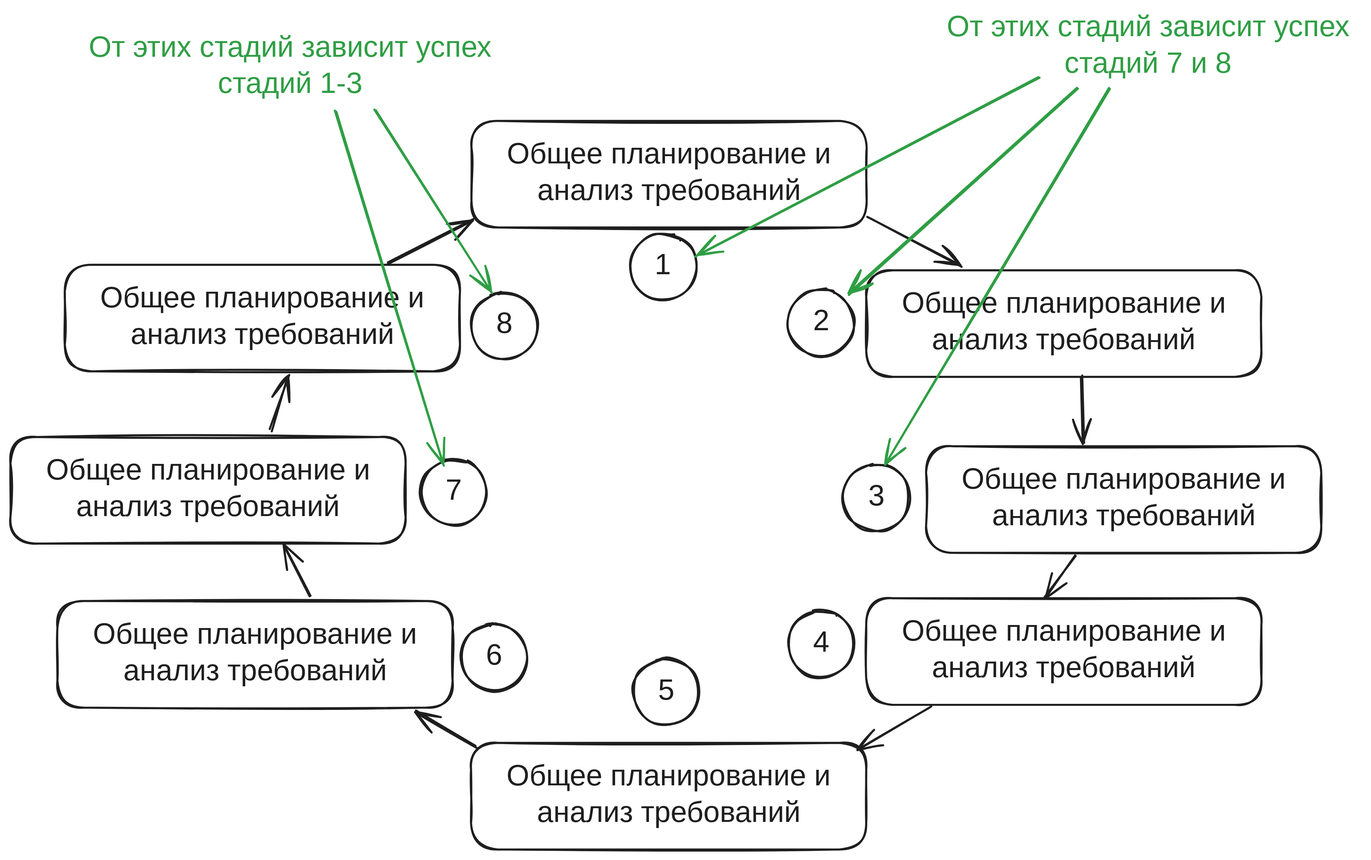
Before: docs/assets/attachments/testing-life-cycle.excalidraw.svg, a diagram exported from Excalidraw (dypolyakov/knowledgebase). Source tidied: one line per element, renumbered; positions are measured from the earlier drawing's top-left corner, leaving out a move shared by most shapes.
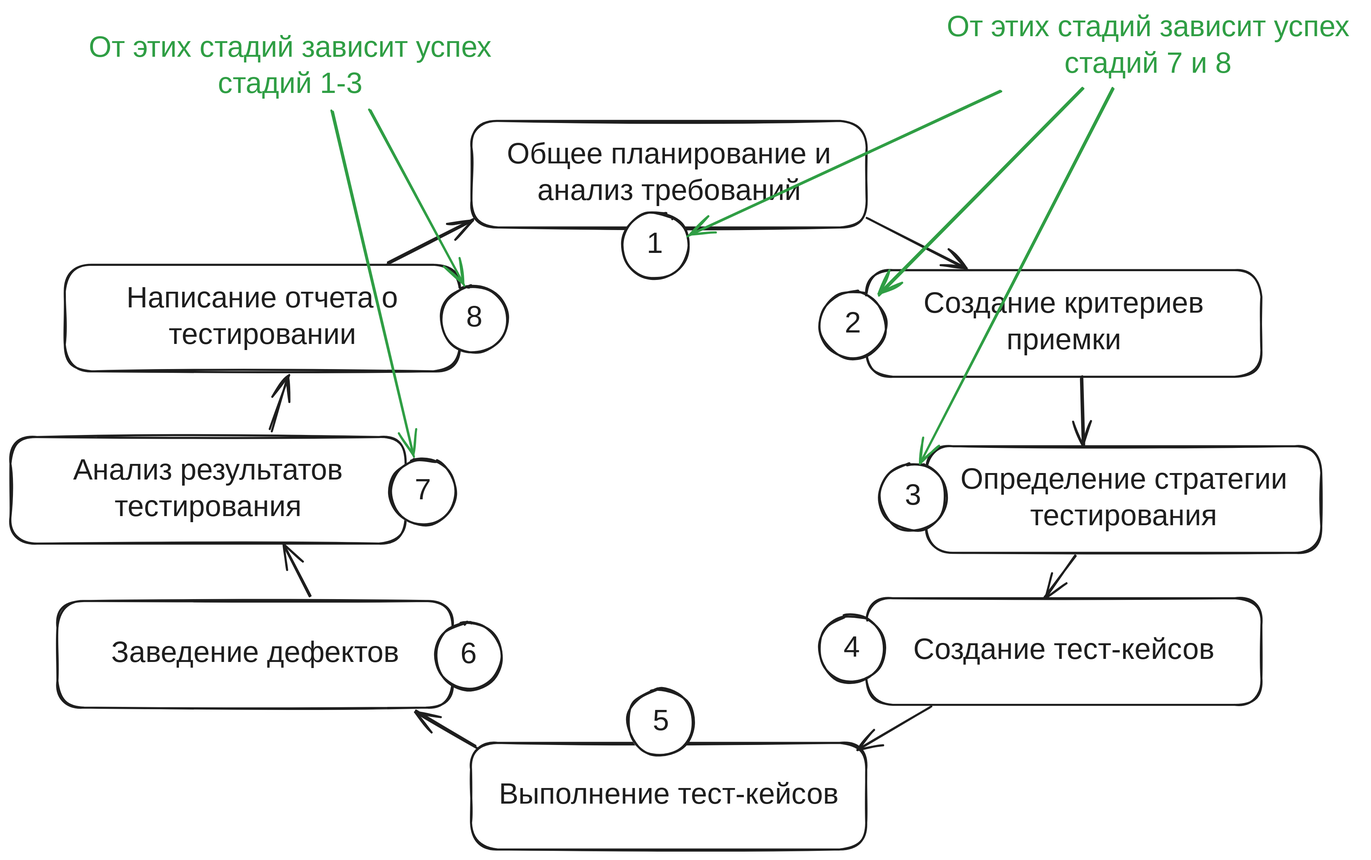
After the commit.

Commit message:
Исправлена ошибка в изображении жизненного цикла тестирования

The edit, as a diff of the source:
```diff
@@ -1,47 +1,47 @@
 {"id": 0, "type": "rectangle", "strokeColor": "#1e1e1e", "strokeWidth": 2, "roughness": 1, "round": true, "x": 441, "y": 106, "width": 378, "height": 102}
 {"id": 1, "type": "text", "text": "Общее планирование и\nанализ требований", "strokeColor": "#1e1e1e", "strokeWidth": 2, "roughness": 1, "fontSize": 28, "fontFamily": 5, "textAlign": "center", "verticalAlign": "middle", "inside": 0, "x": 477, "y": 122, "width": 308, "height": 70}
 {"id": 2, "type": "rectangle", "strokeColor": "#1e1e1e", "strokeWidth": 2, "roughness": 1, "round": true, "x": 819, "y": 249, "width": 378, "height": 102}
-{"id": 3, "type": "text", "text": "Общее планирование и\nанализ требований", "strokeColor": "#1e1e1e", "strokeWidth": 2, "roughness": 1, "fontSize": 28, "fontFamily": 5, "textAlign": "center", "verticalAlign": "middle", "inside": 2, "x": 855, "y": 265, "width": 308, "height": 70}
+{"id": 3, "type": "text", "text": "Создание критериев\nприемки", "strokeColor": "#1e1e1e", "strokeWidth": 2, "roughness": 1, "fontSize": 28, "fontFamily": 5, "textAlign": "center", "verticalAlign": "middle", "inside": 2, "x": 874, "y": 265, "width": 268, "height": 70}
 {"id": 4, "type": "rectangle", "strokeColor": "#1e1e1e", "strokeWidth": 2, "roughness": 1, "round": true, "x": 877, "y": 417, "width": 378, "height": 102}
-{"id": 5, "type": "text", "text": "Общее планирование и\nанализ требований", "strokeColor": "#1e1e1e", "strokeWidth": 2, "roughness": 1, "fontSize": 28, "fontFamily": 5, "textAlign": "center", "verticalAlign": "middle", "inside": 4, "x": 912, "y": 433, "width": 308, "height": 70}
+{"id": 5, "type": "text", "text": "Определение стратегии\nтестирования", "strokeColor": "#1e1e1e", "strokeWidth": 2, "roughness": 1, "fontSize": 28, "fontFamily": 5, "textAlign": "center", "verticalAlign": "middle", "inside": 4, "x": 910, "y": 433, "width": 312, "height": 70}
 {"id": 6, "type": "rectangle", "strokeColor": "#1e1e1e", "strokeWidth": 2, "roughness": 1, "round": true, "x": 819, "y": 563, "width": 378, "height": 102}
-{"id": 7, "type": "text", "text": "Общее планирование и\nанализ требований", "strokeColor": "#1e1e1e", "strokeWidth": 2, "roughness": 1, "fontSize": 28, "fontFamily": 5, "textAlign": "center", "verticalAlign": "middle", "inside": 6, "x": 855, "y": 579, "width": 308, "height": 70}
+{"id": 7, "type": "text", "text": "Создание тест-кейсов", "strokeColor": "#1e1e1e", "strokeWidth": 2, "roughness": 1, "fontSize": 28, "fontFamily": 5, "textAlign": "center", "verticalAlign": "middle", "inside": 6, "x": 862, "y": 596, "width": 293, "height": 35}
 {"id": 8, "type": "rectangle", "strokeColor": "#1e1e1e", "strokeWidth": 2, "roughness": 1, "round": true, "x": 441, "y": 701, "width": 378, "height": 102}
-{"id": 9, "type": "text", "text": "Общее планирование и\nанализ требований", "strokeColor": "#1e1e1e", "strokeWidth": 2, "roughness": 1, "fontSize": 28, "fontFamily": 5, "textAlign": "center", "verticalAlign": "middle", "inside": 8, "x": 476, "y": 717, "width": 308, "height": 70}
+{"id": 9, "type": "text", "text": "Выполнение тест-кейсов", "strokeColor": "#1e1e1e", "strokeWidth": 2, "roughness": 1, "fontSize": 28, "fontFamily": 5, "textAlign": "center", "verticalAlign": "middle", "inside": 8, "x": 464, "y": 735, "width": 332, "height": 35}
 {"id": 10, "type": "rectangle", "strokeColor": "#1e1e1e", "strokeWidth": 2, "roughness": 1, "round": true, "x": 45, "y": 565, "width": 378, "height": 102}
-{"id": 11, "type": "text", "text": "Общее планирование и\nанализ требований", "strokeColor": "#1e1e1e", "strokeWidth": 2, "roughness": 1, "fontSize": 28, "fontFamily": 5, "textAlign": "center", "verticalAlign": "middle", "inside": 10, "x": 80, "y": 581, "width": 308, "height": 70}
+{"id": 11, "type": "text", "text": "Заведение дефектов", "strokeColor": "#1e1e1e", "strokeWidth": 2, "roughness": 1, "fontSize": 28, "fontFamily": 5, "textAlign": "center", "verticalAlign": "middle", "inside": 10, "x": 98, "y": 599, "width": 272, "height": 35}
 {"id": 12, "type": "rectangle", "strokeColor": "#1e1e1e", "strokeWidth": 2, "roughness": 1, "round": true, "x": 0, "y": 408, "width": 378, "height": 102}
-{"id": 13, "type": "text", "text": "Общее планирование и\nанализ требований", "strokeColor": "#1e1e1e", "strokeWidth": 2, "roughness": 1, "fontSize": 28, "fontFamily": 5, "textAlign": "center", "verticalAlign": "middle", "inside": 12, "x": 35, "y": 424, "width": 308, "height": 70}
+{"id": 13, "type": "text", "text": "Анализ результатов\nтестирования", "strokeColor": "#1e1e1e", "strokeWidth": 2, "roughness": 1, "fontSize": 28, "fontFamily": 5, "textAlign": "center", "verticalAlign": "middle", "inside": 12, "x": 55, "y": 424, "width": 268, "height": 70}
 {"id": 14, "type": "rectangle", "strokeColor": "#1e1e1e", "strokeWidth": 2, "roughness": 1, "round": true, "x": 52, "y": 243, "width": 378, "height": 102}
-{"id": 15, "type": "text", "text": "Общее планирование и\nанализ требований", "strokeColor": "#1e1e1e", "strokeWidth": 2, "roughness": 1, "fontSize": 28, "fontFamily": 5, "textAlign": "center", "verticalAlign": "middle", "inside": 14, "x": 87, "y": 259, "width": 308, "height": 70}
+{"id": 15, "type": "text", "text": "Написание отчета о\nтестировании", "strokeColor": "#1e1e1e", "strokeWidth": 2, "roughness": 1, "fontSize": 28, "fontFamily": 5, "textAlign": "center", "verticalAlign": "middle", "inside": 14, "x": 109, "y": 259, "width": 265, "height": 70}
 {"id": 16, "type": "arrow", "strokeColor": "#1e1e1e", "strokeWidth": 2, "roughness": 1, "endArrowhead": "arrow", "round": true, "from": 14, "to": 0, "x": 362, "y": 242, "width": 80, "height": 41, "points": [[0, 0], [80, -41]]}
-{"id": 17, "type": "arrow", "strokeColor": "#1e1e1e", "strokeWidth": 2, "roughness": 1, "endArrowhead": "arrow", "round": true, "from": 0, "to": 2, "x": 822, "y": 198, "width": 89, "height": 47, "points": [[0, 0], [89, 47]]}
+{"id": 17, "type": "arrow", "strokeColor": "#1e1e1e", "strokeWidth": 2, "roughness": 1, "endArrowhead": "arrow", "round": true, "from": 0, "to": 2, "x": 821, "y": 199, "width": 96, "height": 49, "points": [[0, 0], [96, 49]]}
-{"id": 18, "type": "arrow", "strokeColor": "#1e1e1e", "strokeWidth": 2, "roughness": 1, "endArrowhead": "arrow", "round": true, "from": 2, "to": 4, "x": 1026, "y": 350, "width": 3, "height": 64, "points": [[0, 0], [3, 64]]}
+{"id": 18, "type": "arrow", "strokeColor": "#1e1e1e", "strokeWidth": 2, "roughness": 1, "endArrowhead": "arrow", "round": true, "from": 2, "to": 4, "x": 1026, "y": 351, "width": 3, "height": 66, "points": [[0, 0], [3, 66]]}
 {"id": 19, "type": "arrow", "strokeColor": "#1e1e1e", "strokeWidth": 2, "roughness": 1, "endArrowhead": "arrow", "round": true, "from": 4, "to": 6, "x": 1020, "y": 522, "width": 29, "height": 40, "points": [[0, 0], [-29, 40]]}
 {"id": 20, "type": "arrow", "strokeColor": "#1e1e1e", "strokeWidth": 2, "roughness": 1, "endArrowhead": "arrow", "round": true, "from": 6, "to": 8, "x": 881, "y": 668, "width": 69, "height": 41, "points": [[0, 0], [-69, 41]]}
 {"id": 21, "type": "arrow", "strokeColor": "#1e1e1e", "strokeWidth": 2, "roughness": 1, "endArrowhead": "arrow", "round": true, "from": 8, "to": 10, "x": 446, "y": 705, "width": 58, "height": 34, "points": [[0, 0], [-58, -34]]}
 {"id": 22, "type": "arrow", "strokeColor": "#1e1e1e", "strokeWidth": 2, "roughness": 1, "endArrowhead": "arrow", "round": true, "from": 10, "to": 12, "x": 287, "y": 561, "width": 26, "height": 49, "points": [[0, 0], [-26, -49]]}
 {"id": 23, "type": "arrow", "strokeColor": "#1e1e1e", "strokeWidth": 2, "roughness": 1, "endArrowhead": "arrow", "round": true, "from": 12, "to": 14, "x": 249, "y": 401, "width": 19, "height": 51, "points": [[0, 0], [19, -51]]}
-{"id": 24, "type": "ellipse", "strokeColor": "#1e1e1e", "strokeWidth": 2, "roughness": 1, "round": true, "x": 593, "y": 213, "width": 63, "height": 64}
+{"id": 24, "type": "ellipse", "strokeColor": "#1e1e1e", "backgroundColor": "#ffffff", "fillStyle": "solid", "strokeWidth": 2, "roughness": 1, "round": true, "x": 585, "y": 193, "width": 63, "height": 64}
-{"id": 25, "type": "text", "text": "1", "strokeColor": "#1e1e1e", "strokeWidth": 2, "roughness": 1, "fontSize": 28, "fontFamily": 5, "textAlign": "center", "verticalAlign": "middle", "inside": 24, "x": 619, "y": 228, "width": 12, "height": 35}
+{"id": 25, "type": "text", "text": "1", "strokeColor": "#1e1e1e", "strokeWidth": 2, "roughness": 1, "fontSize": 28, "fontFamily": 5, "textAlign": "center", "verticalAlign": "middle", "inside": 24, "x": 611, "y": 207, "width": 12, "height": 35}
-{"id": 26, "type": "ellipse", "strokeColor": "#1e1e1e", "strokeWidth": 2, "roughness": 1, "round": true, "x": 744, "y": 267, "width": 63, "height": 64}
+{"id": 26, "type": "ellipse", "strokeColor": "#1e1e1e", "backgroundColor": "#ffffff", "fillStyle": "solid", "strokeWidth": 2, "roughness": 1, "round": true, "x": 775, "y": 269, "width": 63, "height": 64}
-{"id": 27, "type": "text", "text": "2", "strokeColor": "#1e1e1e", "strokeWidth": 2, "roughness": 1, "fontSize": 28, "fontFamily": 5, "textAlign": "center", "verticalAlign": "middle", "inside": 26, "x": 766, "y": 281, "width": 20, "height": 35}
+{"id": 27, "type": "text", "text": "2", "strokeColor": "#1e1e1e", "strokeWidth": 2, "roughness": 1, "fontSize": 28, "fontFamily": 5, "textAlign": "center", "verticalAlign": "middle", "inside": 26, "x": 797, "y": 283, "width": 20, "height": 35}
-{"id": 28, "type": "ellipse", "strokeColor": "#1e1e1e", "strokeWidth": 2, "roughness": 1, "round": true, "x": 797, "y": 435, "width": 63, "height": 64}
+{"id": 28, "type": "ellipse", "strokeColor": "#1e1e1e", "backgroundColor": "#ffffff", "fillStyle": "solid", "strokeWidth": 2, "roughness": 1, "round": true, "x": 832, "y": 434, "width": 63, "height": 64}
-{"id": 29, "type": "text", "text": "3", "strokeColor": "#1e1e1e", "strokeWidth": 2, "roughness": 1, "fontSize": 28, "fontFamily": 5, "textAlign": "center", "verticalAlign": "middle", "inside": 28, "x": 821, "y": 449, "width": 17, "height": 35}
+{"id": 29, "type": "text", "text": "3", "strokeColor": "#1e1e1e", "strokeWidth": 2, "roughness": 1, "fontSize": 28, "fontFamily": 5, "textAlign": "center", "verticalAlign": "middle", "inside": 28, "x": 856, "y": 448, "width": 17, "height": 35}
-{"id": 30, "type": "ellipse", "strokeColor": "#1e1e1e", "strokeWidth": 2, "roughness": 1, "round": true, "x": 744, "y": 575, "width": 63, "height": 64}
+{"id": 30, "type": "ellipse", "strokeColor": "#1e1e1e", "backgroundColor": "#ffffff", "fillStyle": "solid", "strokeWidth": 2, "roughness": 1, "round": true, "x": 774, "y": 579, "width": 63, "height": 64}
-{"id": 31, "type": "text", "text": "4", "strokeColor": "#1e1e1e", "strokeWidth": 2, "roughness": 1, "fontSize": 28, "fontFamily": 5, "textAlign": "center", "verticalAlign": "middle", "inside": 30, "x": 768, "y": 589, "width": 16, "height": 35}
+{"id": 31, "type": "text", "text": "4", "strokeColor": "#1e1e1e", "strokeWidth": 2, "roughness": 1, "fontSize": 28, "fontFamily": 5, "textAlign": "center", "verticalAlign": "middle", "inside": 30, "x": 797, "y": 594, "width": 16, "height": 35}
-{"id": 32, "type": "ellipse", "strokeColor": "#1e1e1e", "strokeWidth": 2, "roughness": 1, "round": true, "x": 596, "y": 621, "width": 63, "height": 64}
+{"id": 32, "type": "ellipse", "strokeColor": "#1e1e1e", "backgroundColor": "#ffffff", "fillStyle": "solid", "strokeWidth": 2, "roughness": 1, "round": true, "x": 591, "y": 650, "width": 63, "height": 64}
-{"id": 33, "type": "text", "text": "5", "strokeColor": "#1e1e1e", "strokeWidth": 2, "roughness": 1, "fontSize": 28, "fontFamily": 5, "textAlign": "center", "verticalAlign": "middle", "inside": 32, "x": 619, "y": 635, "width": 17, "height": 35}
+{"id": 33, "type": "text", "text": "5", "strokeColor": "#1e1e1e", "strokeWidth": 2, "roughness": 1, "fontSize": 28, "fontFamily": 5, "textAlign": "center", "verticalAlign": "middle", "inside": 32, "x": 614, "y": 664, "width": 17, "height": 35}
-{"id": 34, "type": "ellipse", "strokeColor": "#1e1e1e", "strokeWidth": 2, "roughness": 1, "round": true, "x": 431, "y": 587, "width": 63, "height": 64}
+{"id": 34, "type": "ellipse", "strokeColor": "#1e1e1e", "backgroundColor": "#ffffff", "fillStyle": "solid", "strokeWidth": 2, "roughness": 1, "round": true, "x": 407, "y": 586, "width": 63, "height": 64}
-{"id": 35, "type": "text", "text": "6", "strokeColor": "#1e1e1e", "strokeWidth": 2, "roughness": 1, "fontSize": 28, "fontFamily": 5, "textAlign": "center", "verticalAlign": "middle", "inside": 34, "x": 454, "y": 601, "width": 18, "height": 35}
+{"id": 35, "type": "text", "text": "6", "strokeColor": "#1e1e1e", "strokeWidth": 2, "roughness": 1, "fontSize": 28, "fontFamily": 5, "textAlign": "center", "verticalAlign": "middle", "inside": 34, "x": 430, "y": 600, "width": 18, "height": 35}
-{"id": 36, "type": "ellipse", "strokeColor": "#1e1e1e", "strokeWidth": 2, "roughness": 1, "round": true, "x": 392, "y": 429, "width": 63, "height": 64}
+{"id": 36, "type": "ellipse", "strokeColor": "#1e1e1e", "backgroundColor": "#ffffff", "fillStyle": "solid", "strokeWidth": 2, "roughness": 1, "round": true, "x": 363, "y": 429, "width": 63, "height": 64}
-{"id": 37, "type": "text", "text": "7", "strokeColor": "#1e1e1e", "strokeWidth": 2, "roughness": 1, "fontSize": 28, "fontFamily": 5, "textAlign": "center", "verticalAlign": "middle", "inside": 36, "x": 416, "y": 444, "width": 16, "height": 35}
+{"id": 37, "type": "text", "text": "7", "strokeColor": "#1e1e1e", "strokeWidth": 2, "roughness": 1, "fontSize": 28, "fontFamily": 5, "textAlign": "center", "verticalAlign": "middle", "inside": 36, "x": 387, "y": 443, "width": 16, "height": 35}
-{"id": 38, "type": "ellipse", "strokeColor": "#1e1e1e", "strokeWidth": 2, "roughness": 1, "round": true, "x": 441, "y": 270, "width": 63, "height": 64}
+{"id": 38, "type": "ellipse", "strokeColor": "#1e1e1e", "backgroundColor": "#ffffff", "fillStyle": "solid", "strokeWidth": 2, "roughness": 1, "round": true, "x": 412, "y": 263, "width": 63, "height": 64}
-{"id": 39, "type": "text", "text": "8", "strokeColor": "#1e1e1e", "strokeWidth": 2, "roughness": 1, "fontSize": 28, "fontFamily": 5, "textAlign": "center", "verticalAlign": "middle", "inside": 38, "x": 464, "y": 284, "width": 18, "height": 35}
+{"id": 39, "type": "text", "text": "8", "strokeColor": "#1e1e1e", "strokeWidth": 2, "roughness": 1, "fontSize": 28, "fontFamily": 5, "textAlign": "center", "verticalAlign": "middle", "inside": 38, "x": 435, "y": 278, "width": 18, "height": 35}
-{"id": 40, "type": "arrow", "strokeColor": "#2f9e44", "strokeWidth": 2, "roughness": 1, "endArrowhead": "arrow", "round": true, "from": 43, "to": 24, "x": 985, "y": 63, "width": 329, "height": 171, "points": [[0, 0], [-329, 171]]}
+{"id": 40, "type": "arrow", "strokeColor": "#2f9e44", "strokeWidth": 2, "roughness": 1, "endArrowhead": "arrow", "round": true, "from": 43, "to": 24, "x": 948, "y": 77, "width": 299, "height": 139, "points": [[0, 0], [-299, 139]]}
-{"id": 41, "type": "arrow", "strokeColor": "#2f9e44", "strokeWidth": 2, "roughness": 1, "endArrowhead": "arrow", "round": true, "from": 43, "to": 26, "x": 1021, "y": 74, "width": 219, "height": 197, "points": [[0, 0], [-219, 197]]}
+{"id": 41, "type": "arrow", "strokeColor": "#2f9e44", "strokeWidth": 2, "roughness": 1, "endArrowhead": "arrow", "round": true, "from": 43, "to": 26, "x": 1026, "y": 74, "width": 196, "height": 198, "points": [[0, 0], [-196, 198]]}
-{"id": 42, "type": "arrow", "strokeColor": "#2f9e44", "strokeWidth": 2, "roughness": 1, "endArrowhead": "arrow", "round": true, "from": 43, "to": 28, "x": 1052, "y": 75, "width": 214, "height": 360, "points": [[0, 0], [-214, 360]]}
+{"id": 42, "type": "arrow", "strokeColor": "#2f9e44", "strokeWidth": 2, "roughness": 1, "endArrowhead": "arrow", "round": true, "from": 43, "to": 28, "x": 1055, "y": 75, "width": 184, "height": 359, "points": [[0, 0], [-184, 359]]}
 {"id": 43, "type": "text", "text": "От этих стадий зависит успех\nстадий 7 и 8", "strokeColor": "#2f9e44", "strokeWidth": 2, "roughness": 1, "fontSize": 28, "fontFamily": 5, "textAlign": "center", "x": 886, "y": 0, "width": 407, "height": 70}
-{"id": 44, "type": "arrow", "strokeColor": "#2f9e44", "strokeWidth": 2, "roughness": 1, "endArrowhead": "arrow", "round": true, "from": 46, "to": 38, "x": 350, "y": 95, "width": 111, "height": 175, "points": [[0, 0], [111, 175]]}
+{"id": 44, "type": "arrow", "strokeColor": "#2f9e44", "strokeWidth": 2, "roughness": 1, "endArrowhead": "arrow", "round": true, "from": 46, "to": 38, "x": 345, "y": 95, "width": 90, "height": 167, "points": [[0, 0], [90, 167]]}
-{"id": 45, "type": "arrow", "strokeColor": "#2f9e44", "strokeWidth": 2, "roughness": 1, "endArrowhead": "arrow", "round": true, "from": 46, "to": 36, "x": 312, "y": 97, "width": 102, "height": 338, "points": [[0, 0], [102, 338]]}
+{"id": 45, "type": "arrow", "strokeColor": "#2f9e44", "strokeWidth": 2, "roughness": 1, "endArrowhead": "arrow", "round": true, "from": 46, "to": 36, "x": 309, "y": 97, "width": 77, "height": 329, "points": [[0, 0], [77, 329]]}
 {"id": 46, "type": "text", "text": "От этих стадий зависит успех\nстадий 1-3", "strokeColor": "#2f9e44", "strokeWidth": 2, "roughness": 1, "fontSize": 28, "fontFamily": 5, "textAlign": "center", "x": 65, "y": 19, "width": 407, "height": 70}
```
